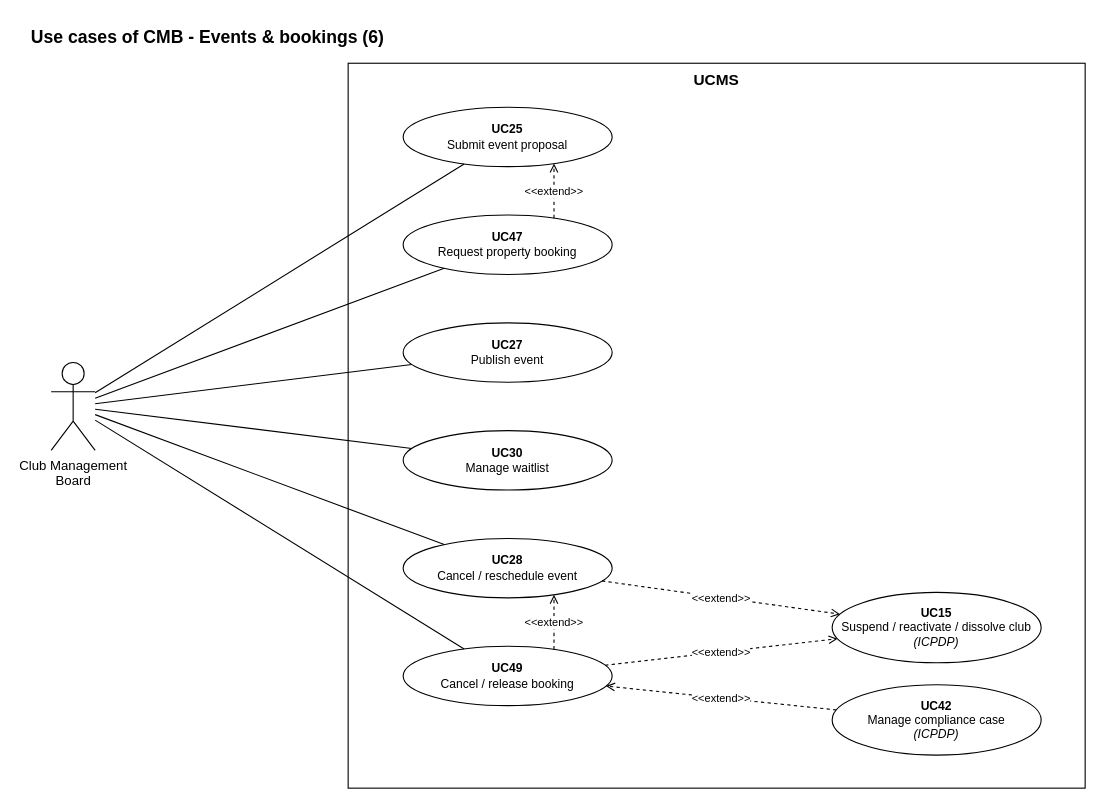
nvdekay/ClubManagementSystem keeps this draw.io diagram as page "CMB 3 - Events & bookings" (5 of 9) of docs/diagrams/UCMS_UseCase_ByActor.drawio. Above is the earlier version. Source tidied: cells renumbered, new cells numbered last; positions are measured from the earlier drawing's top-left corner, leaving out a move shared by most shapes. Both pictures are drawn from the tidied source at 110%, with x=0, y=0 at pixel (29, 19).
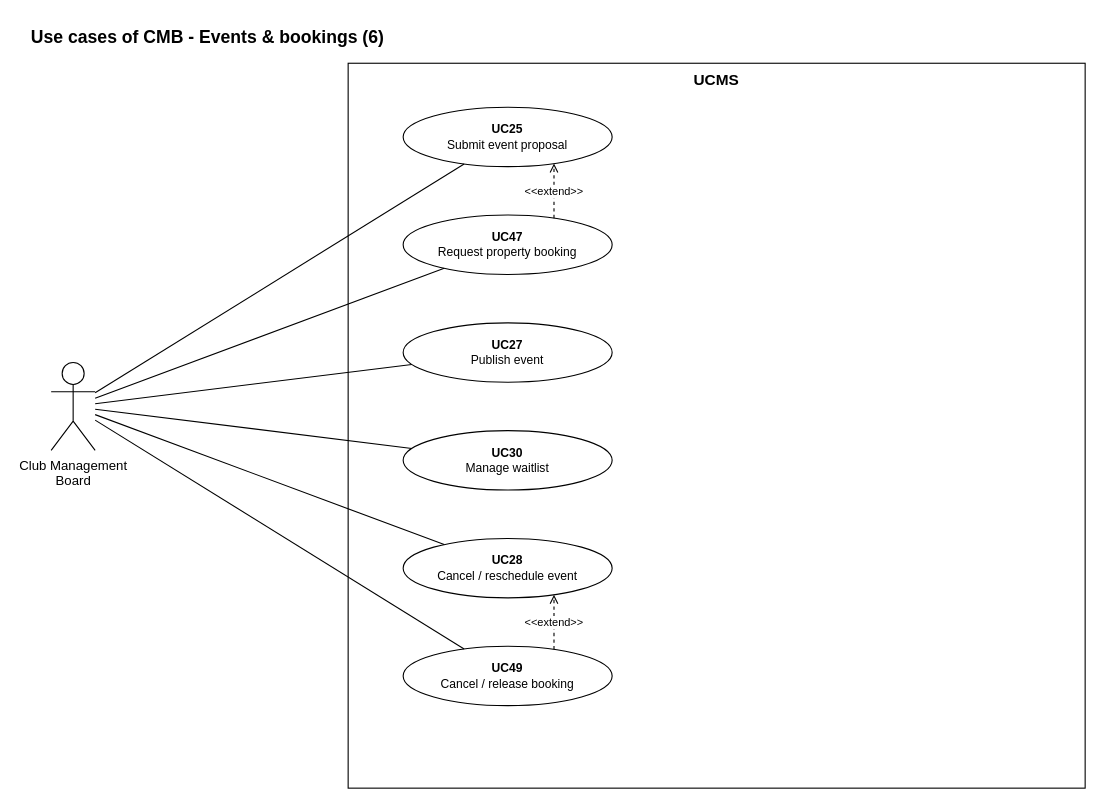
After the change.

Commit message (it also covers changes not shown here):
docs(diagrams): drop «extend» used for UI navigation and system cascades (I27, I28)

The change refers to these unchanged cells:
```xml
<mxCell id="13" value="&lt;b&gt;UC28&lt;/b&gt;&lt;br&gt;Cancel / reschedule event" style="ellipse;whiteSpace=wrap;html=1;fillColor=#ffffff;strokeColor=#000000;fontSize=11;" parent="1" vertex="1">
  <mxGeometry x="340" y="472" width="190" height="54" as="geometry" />
</mxCell>
<mxCell id="15" value="&lt;b&gt;UC49&lt;/b&gt;&lt;br&gt;Cancel / release booking" style="ellipse;whiteSpace=wrap;html=1;fillColor=#ffffff;strokeColor=#000000;fontSize=11;" parent="1" vertex="1">
  <mxGeometry x="340" y="570" width="190" height="54" as="geometry" />
</mxCell>
```

What changed in the source:
```diff
@@
-    <mxCell id="17" value="&lt;b&gt;UC15&lt;/b&gt;&lt;br&gt;Suspend / reactivate / dissolve club&lt;br&gt;&lt;i&gt;(ICPDP)&lt;/i&gt;" style="ellipse;whiteSpace=wrap;html=1;fillColor=#ffffff;strokeColor=#000000;fontSize=11;" parent="1" vertex="1">
-      <mxGeometry x="730" y="521" width="190" height="64" as="geometry" />
-    </mxCell>
-    <mxCell id="18" value="&lt;b&gt;UC42&lt;/b&gt;&lt;br&gt;Manage compliance case&lt;br&gt;&lt;i&gt;(ICPDP)&lt;/i&gt;" style="ellipse;whiteSpace=wrap;html=1;fillColor=#ffffff;strokeColor=#000000;fontSize=11;" parent="1" vertex="1">
-      <mxGeometry x="730" y="605" width="190" height="64" as="geometry" />
-    </mxCell>
-    <mxCell id="19" value="&amp;lt;&amp;lt;extend&amp;gt;&amp;gt;" style="endArrow=open;dashed=1;html=1;strokeColor=#000000;fontSize=10;labelBackgroundColor=#ffffff;" parent="1" edge="1" source="13" target="17">
-      <mxGeometry relative="1" as="geometry" />
-    </mxCell>
-    <mxCell id="20" value="&amp;lt;&amp;lt;extend&amp;gt;&amp;gt;" style="endArrow=open;dashed=1;html=1;strokeColor=#000000;fontSize=10;labelBackgroundColor=#ffffff;" parent="1" edge="1" source="15" target="17">
-      <mxGeometry relative="1" as="geometry" />
-    </mxCell>
@@
-    <mxCell id="23" value="&amp;lt;&amp;lt;extend&amp;gt;&amp;gt;" style="endArrow=open;dashed=1;html=1;strokeColor=#000000;fontSize=10;labelBackgroundColor=#ffffff;" parent="1" edge="1" source="18" target="15">
-      <mxGeometry relative="1" as="geometry" />
-    </mxCell>
```
